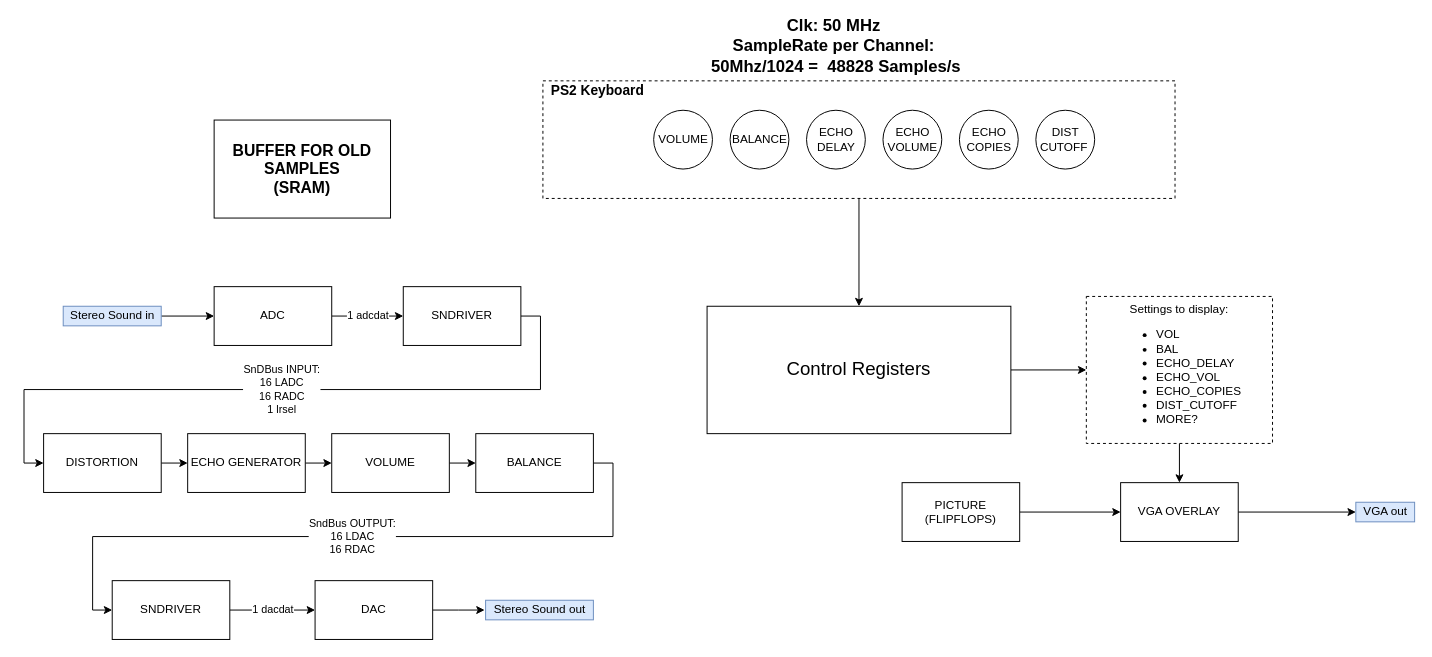
Earlier version of the draw.io diagram Documentation/blockdiagram.drawio (JoeyStrandnes/TSIU03-VHDL-Gang). Source tidied: cells renumbered, new cells numbered last; positions are measured from the earlier drawing's top-left corner, leaving out a move shared by most shapes. Both pictures are drawn from the tidied source at 98%, with x=0, y=0 at pixel (43, 22).
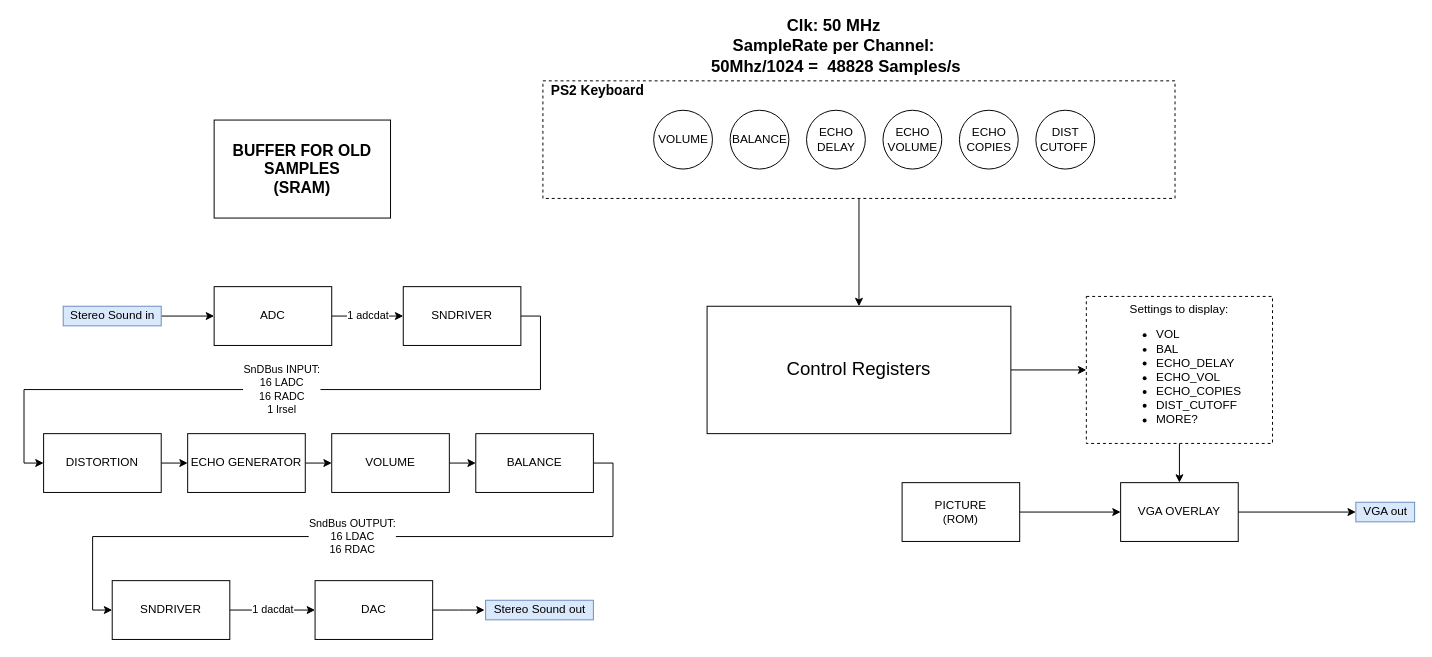
The same page after the edit.

Commit message:
Liten konfig

What changed in the source:
```diff
@@
-    <mxCell id="7" value="PICTURE&lt;br&gt;(FLIPFLOPS)" style="rounded=0;whiteSpace=wrap;html=1;" parent="1" vertex="1">
+    <mxCell id="7" value="PICTURE&lt;br&gt;(ROM)" style="rounded=0;whiteSpace=wrap;html=1;" parent="1" vertex="1">
       <mxGeometry x="876" y="470" width="120" height="60" as="geometry" />
     </mxCell>
```
